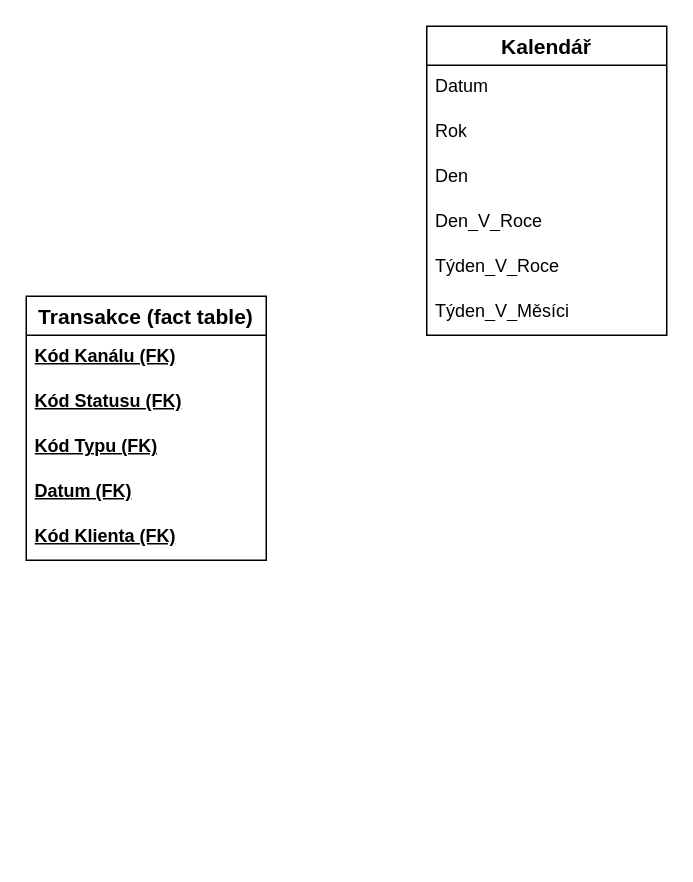
Before: page "Star" (3 of 3) of pis-hw5.drawio in Finishxx/draw-io, a draw.io diagram. Source tidied: cells renumbered, new cells numbered last; positions are measured from the earlier drawing's top-left corner, leaving out a move shared by most shapes. Both pictures are drawn from the tidied source at 150%, with x=0, y=0 at pixel (26, 26).
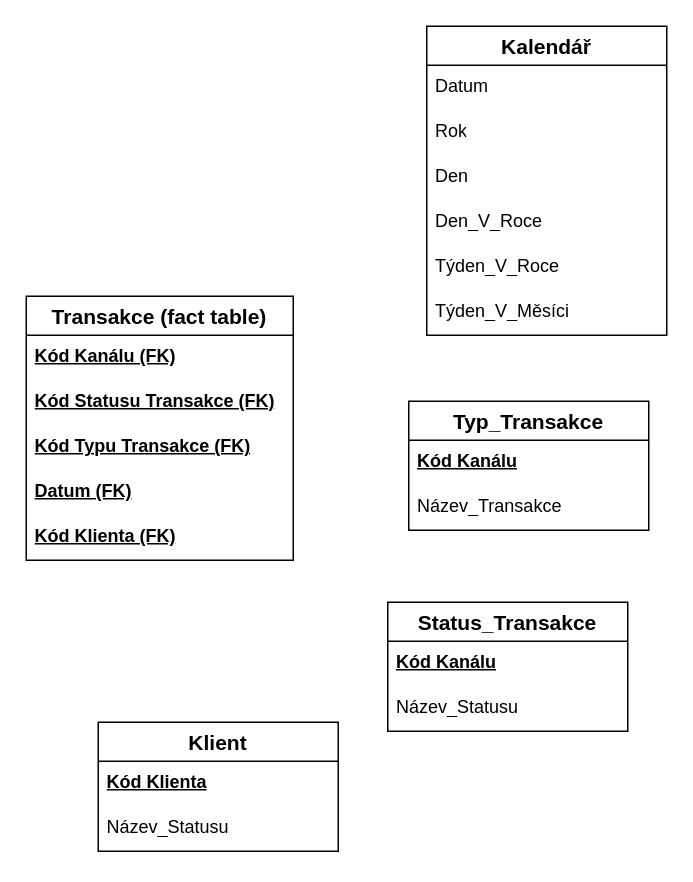
After the change.

Diff of the diagram source:
```diff
@@
     <mxCell id="2" value="Transakce (fact table)" style="swimlane;fontStyle=1;horizontal=1;startSize=26;align=center;fontSize=14;" parent="1" vertex="1">
-      <mxGeometry y="180" width="160" height="176" as="geometry" />
+      <mxGeometry y="180" width="178" height="176" as="geometry" />
     </mxCell>
     <mxCell id="3" value="Kód Kanálu (FK)" style="text;strokeColor=none;fillColor=none;spacingLeft=4;spacingRight=4;overflow=hidden;fontSize=12;whiteSpace=wrap;html=1;fontStyle=5;" parent="2" vertex="1">
-      <mxGeometry y="26" width="160" height="30" as="geometry" />
+      <mxGeometry y="26" width="178" height="30" as="geometry" />
     </mxCell>
-    <mxCell id="4" value="Kód Statusu (FK)" style="text;strokeColor=none;fillColor=none;spacingLeft=4;spacingRight=4;overflow=hidden;fontSize=12;whiteSpace=wrap;html=1;fontStyle=5;" parent="2" vertex="1">
-      <mxGeometry y="56" width="160" height="30" as="geometry" />
+    <mxCell id="4" value="Kód Statusu Transakce (FK)" style="text;strokeColor=none;fillColor=none;spacingLeft=4;spacingRight=4;overflow=hidden;fontSize=12;whiteSpace=wrap;html=1;fontStyle=5;" parent="2" vertex="1">
+      <mxGeometry y="56" width="178" height="30" as="geometry" />
     </mxCell>
-    <mxCell id="5" value="Kód Typu (FK)" style="text;strokeColor=none;fillColor=none;spacingLeft=4;spacingRight=4;overflow=hidden;fontSize=12;whiteSpace=wrap;html=1;fontStyle=5;" parent="2" vertex="1">
-      <mxGeometry y="86" width="160" height="30" as="geometry" />
+    <mxCell id="5" value="Kód Typu Transakce (FK)" style="text;strokeColor=none;fillColor=none;spacingLeft=4;spacingRight=4;overflow=hidden;fontSize=12;whiteSpace=wrap;html=1;fontStyle=5;" parent="2" vertex="1">
+      <mxGeometry y="86" width="178" height="30" as="geometry" />
     </mxCell>
     <mxCell id="6" value="Datum (FK)" style="text;strokeColor=none;fillColor=none;spacingLeft=4;spacingRight=4;overflow=hidden;fontSize=12;whiteSpace=wrap;html=1;fontStyle=5;" parent="2" vertex="1">
-      <mxGeometry y="116" width="160" height="30" as="geometry" />
+      <mxGeometry y="116" width="178" height="30" as="geometry" />
     </mxCell>
     <mxCell id="7" value="Kód Klienta (FK)" style="text;strokeColor=none;fillColor=none;spacingLeft=4;spacingRight=4;overflow=hidden;fontSize=12;whiteSpace=wrap;html=1;fontStyle=5;" parent="2" vertex="1">
-      <mxGeometry y="146" width="160" height="30" as="geometry" />
+      <mxGeometry y="146" width="178" height="30" as="geometry" />
     </mxCell>
@@
+    <mxCell id="15" value="Typ_Transakce" style="swimlane;fontStyle=1;horizontal=1;startSize=26;align=center;fontSize=14;" parent="1" vertex="1">
+      <mxGeometry x="255" y="250" width="160" height="86" as="geometry" />
+    </mxCell>
+    <mxCell id="16" value="Kód Kanálu" style="text;strokeColor=none;fillColor=none;spacingLeft=4;spacingRight=4;overflow=hidden;fontSize=12;whiteSpace=wrap;html=1;fontStyle=5;" parent="15" vertex="1">
+      <mxGeometry y="26" width="160" height="30" as="geometry" />
+    </mxCell>
+    <mxCell id="17" value="Název_Transakce" style="text;strokeColor=none;fillColor=none;spacingLeft=4;spacingRight=4;overflow=hidden;fontSize=12;whiteSpace=wrap;html=1;" parent="15" vertex="1">
+      <mxGeometry y="56" width="160" height="30" as="geometry" />
+    </mxCell>
+    <mxCell id="18" value="Status_Transakce" style="swimlane;fontStyle=1;horizontal=1;startSize=26;align=center;fontSize=14;" parent="1" vertex="1">
+      <mxGeometry x="241" y="384" width="160" height="86" as="geometry" />
+    </mxCell>
+    <mxCell id="19" value="Kód Kanálu" style="text;strokeColor=none;fillColor=none;spacingLeft=4;spacingRight=4;overflow=hidden;fontSize=12;whiteSpace=wrap;html=1;fontStyle=5;" parent="18" vertex="1">
+      <mxGeometry y="26" width="160" height="30" as="geometry" />
+    </mxCell>
+    <mxCell id="20" value="Název_Statusu" style="text;strokeColor=none;fillColor=none;spacingLeft=4;spacingRight=4;overflow=hidden;fontSize=12;whiteSpace=wrap;html=1;" parent="18" vertex="1">
+      <mxGeometry y="56" width="160" height="30" as="geometry" />
+    </mxCell>
+    <mxCell id="21" value="Klient" style="swimlane;fontStyle=1;horizontal=1;startSize=26;align=center;fontSize=14;" parent="1" vertex="1">
+      <mxGeometry x="48" y="464" width="160" height="86" as="geometry" />
+    </mxCell>
+    <mxCell id="22" value="Kód Klienta" style="text;strokeColor=none;fillColor=none;spacingLeft=4;spacingRight=4;overflow=hidden;fontSize=12;whiteSpace=wrap;html=1;fontStyle=5;" parent="21" vertex="1">
+      <mxGeometry y="26" width="160" height="30" as="geometry" />
+    </mxCell>
+    <mxCell id="23" value="Název_Statusu" style="text;strokeColor=none;fillColor=none;spacingLeft=4;spacingRight=4;overflow=hidden;fontSize=12;whiteSpace=wrap;html=1;" parent="21" vertex="1">
+      <mxGeometry y="56" width="160" height="30" as="geometry" />
+    </mxCell>
```
